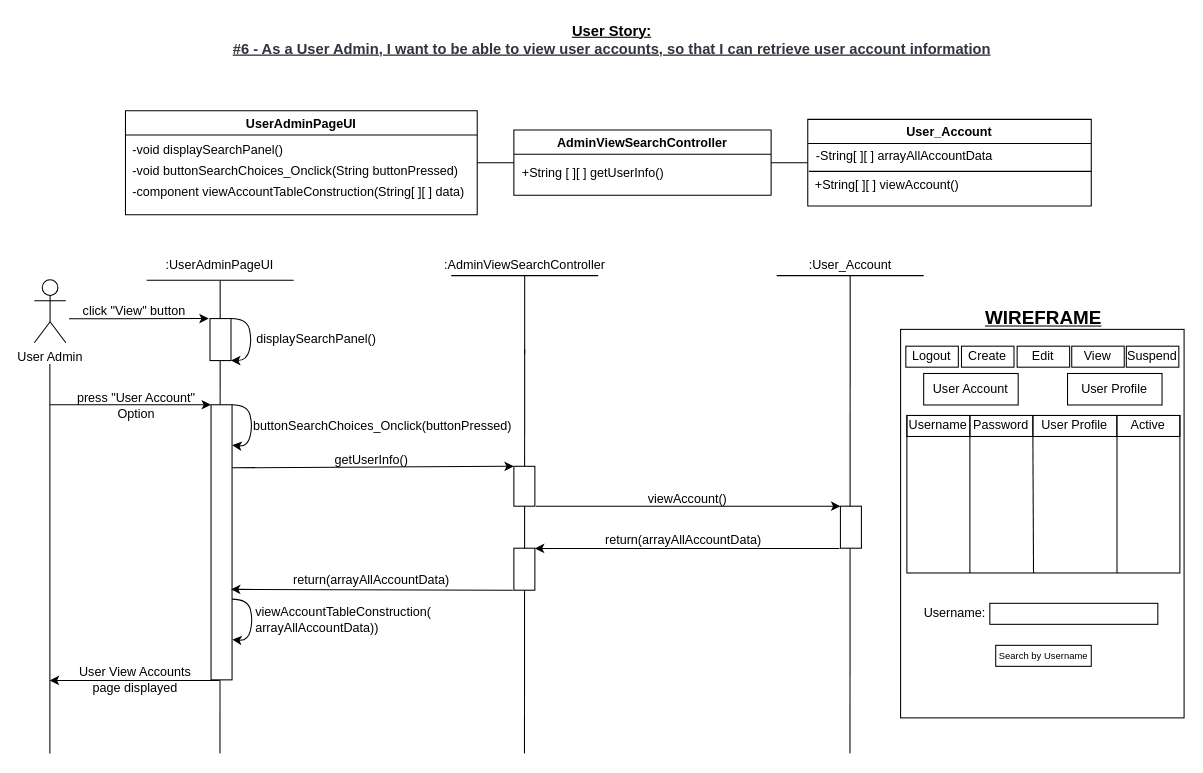
Earlier version of the draw.io diagram BCE_UML_and_Diagrams/UserAdmin/UserAdmin_ViewSearchAccount(#5&6)/UserStory#6_ViewAccount.drawio (extred5700/JAVAGUI-Restaurant-Table-Order-System). Source tidied: cells renumbered, new cells numbered last; positions are measured from the earlier drawing's top-left corner, leaving out a move shared by most shapes. Both pictures are drawn from the tidied source at 105%, with x=0, y=0 at pixel (34, 18).
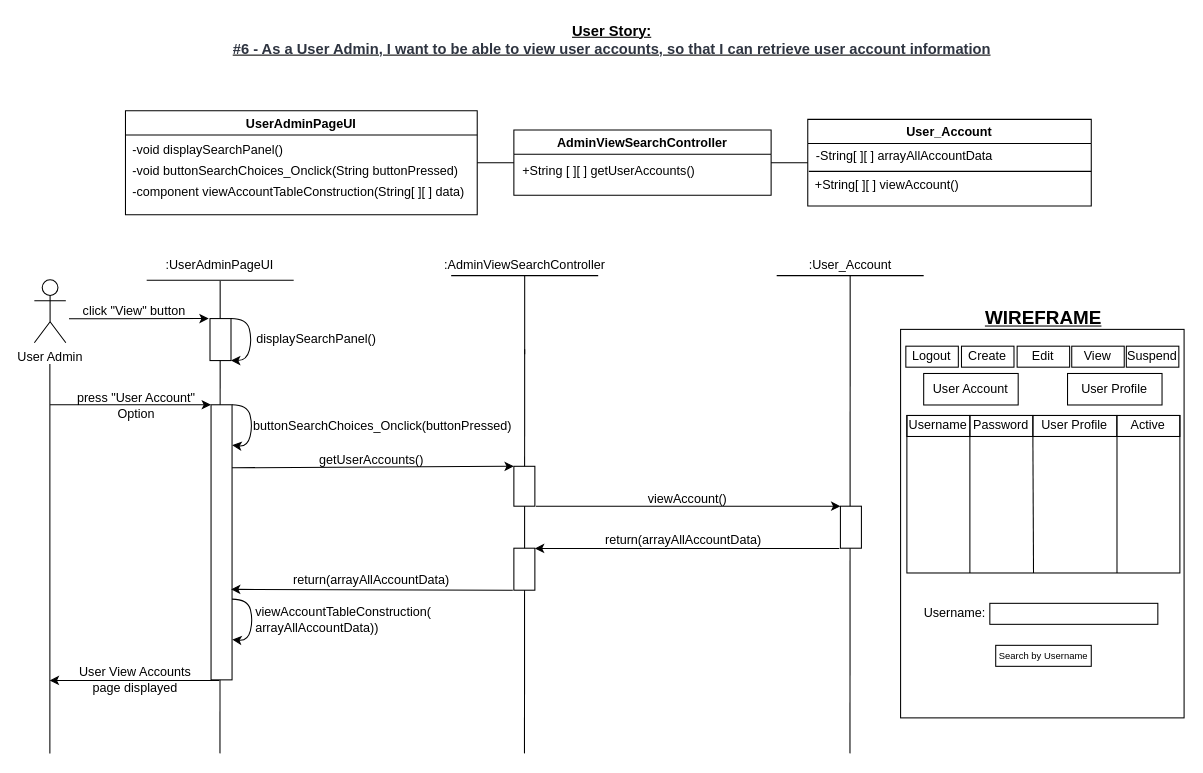
Above is the later version.

Unchanged cells that the change refers to:
```xml
<mxCell id="9" value="AdminViewSearchController" style="swimlane;" parent="1" vertex="1">
  <mxGeometry x="456.9" y="106.4" width="245" height="62.1" as="geometry" />
</mxCell>
```

The edit, as a diff of the source:
```diff
@@
-    <mxCell id="10" value="&lt;div style=&quot;text-align: left&quot;&gt;+String [ ][ ] getUserInfo()&lt;/div&gt;" style="text;html=1;align=center;verticalAlign=middle;strokeColor=none;fillColor=none;" parent="9" vertex="1">
-      <mxGeometry y="31.1" width="150" height="20" as="geometry" />
+    <mxCell id="10" value="&lt;div style=&quot;text-align: left&quot;&gt;+String [ ][ ] getUserAccounts()&lt;/div&gt;" style="text;html=1;align=center;verticalAlign=middle;strokeColor=none;fillColor=none;" parent="9" vertex="1">
+      <mxGeometry y="29.6" width="180" height="20" as="geometry" />
     </mxCell>
@@
-    <mxCell id="59" value="getUserInfo()" style="text;html=1;align=center;verticalAlign=middle;strokeColor=none;fillColor=none;" parent="1" vertex="1">
-      <mxGeometry x="275.9" y="410.6" width="90" height="20" as="geometry" />
+    <mxCell id="59" value="getUserAccounts()" style="text;html=1;align=center;verticalAlign=middle;strokeColor=none;fillColor=none;" parent="1" vertex="1">
+      <mxGeometry x="265.9" y="410.6" width="110" height="20" as="geometry" />
     </mxCell>
```
